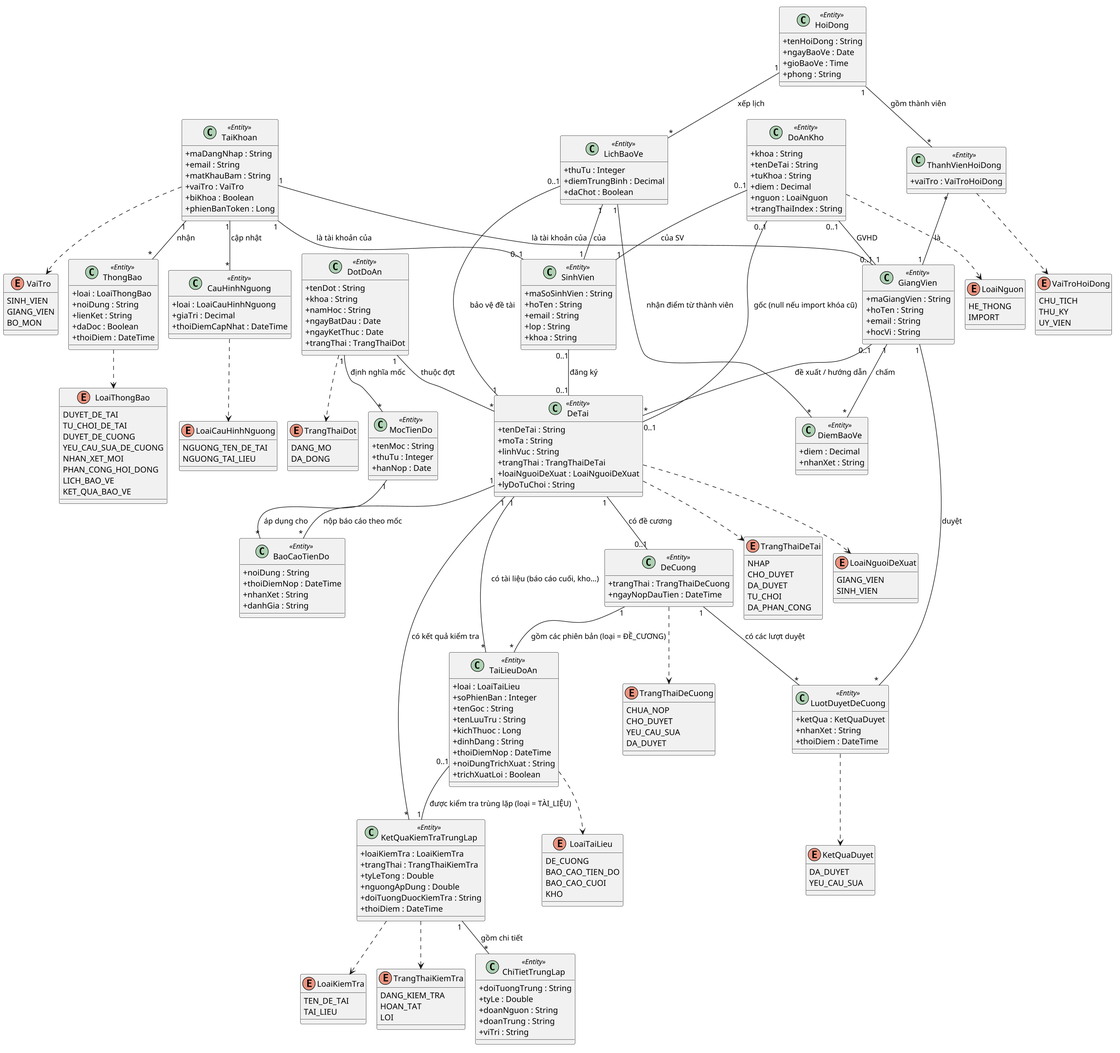
Before: docs/chuong-3-thiet-ke/so-do-lop/lop-thuc-the.png, a diagram exported from PlantUML (dtc235200036-alt/ICTU-DATN-NguyenThiMaiAnh).
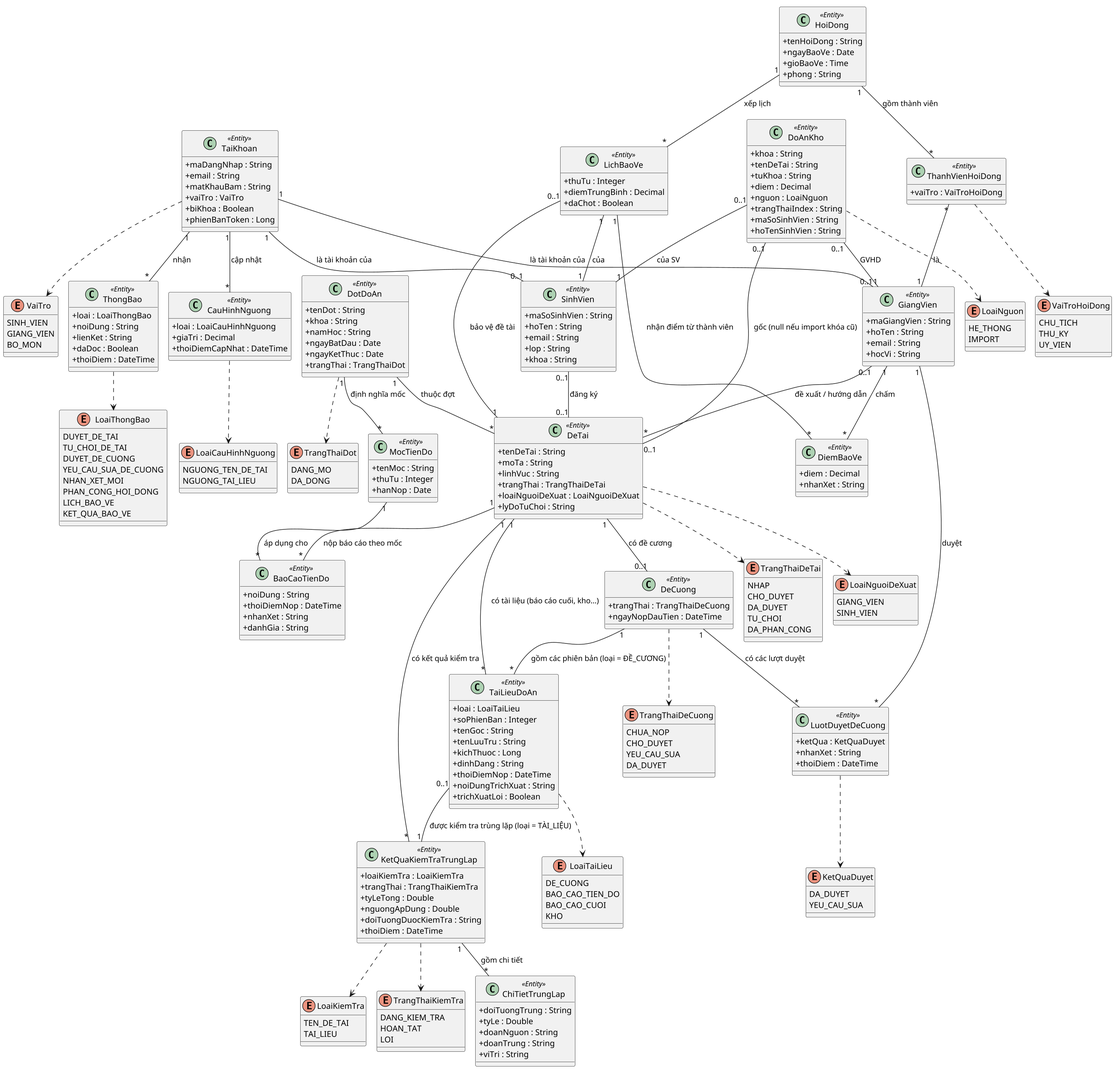
Above is the later version.

What changed in the source:
```diff
@@ -211,6 +211,8 @@
   +diem : Decimal
   +nguon : LoaiNguon
   +trangThaiIndex : String
+  +maSoSinhVien : String
+  +hoTenSinhVien : String
 }
 
 class ThongBao <<Entity>> {
```
